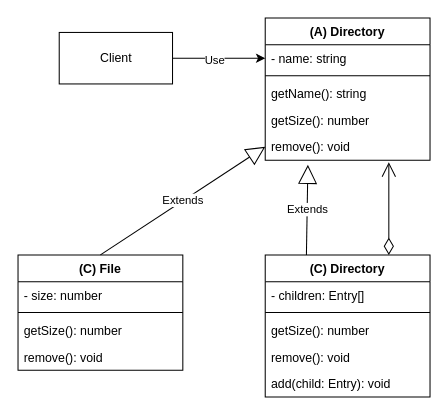
Before: 04-デザインパターン/構造/Composite/クラス図.drawio in bamboo-house/Good-Code, a draw.io diagram. Source tidied: cells renumbered, new cells numbered last; positions are measured from the earlier drawing's top-left corner, leaving out a move shared by most shapes. Both pictures are drawn from the tidied source at 103%, with x=0, y=0 at pixel (18, 18).
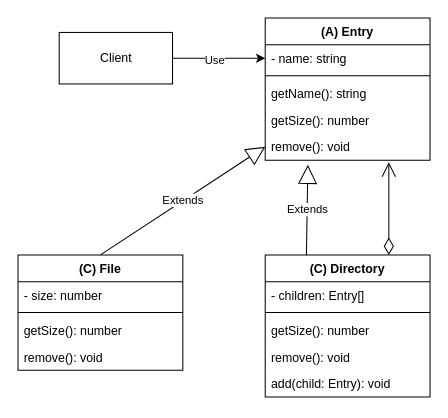
The same page after the edit.

The edit, as a diff of the source:
```diff
@@
-    <mxCell id="2" value="(A) Directory" style="swimlane;fontStyle=1;align=center;verticalAlign=top;horizontal=1;startSize=26;" parent="1" vertex="1">
+    <mxCell id="2" value="(A) Entry" style="swimlane;fontStyle=1;align=center;verticalAlign=top;horizontal=1;startSize=26;" parent="1" vertex="1">
       <mxGeometry x="240" width="160" height="138" as="geometry" />
     </mxCell>
```
